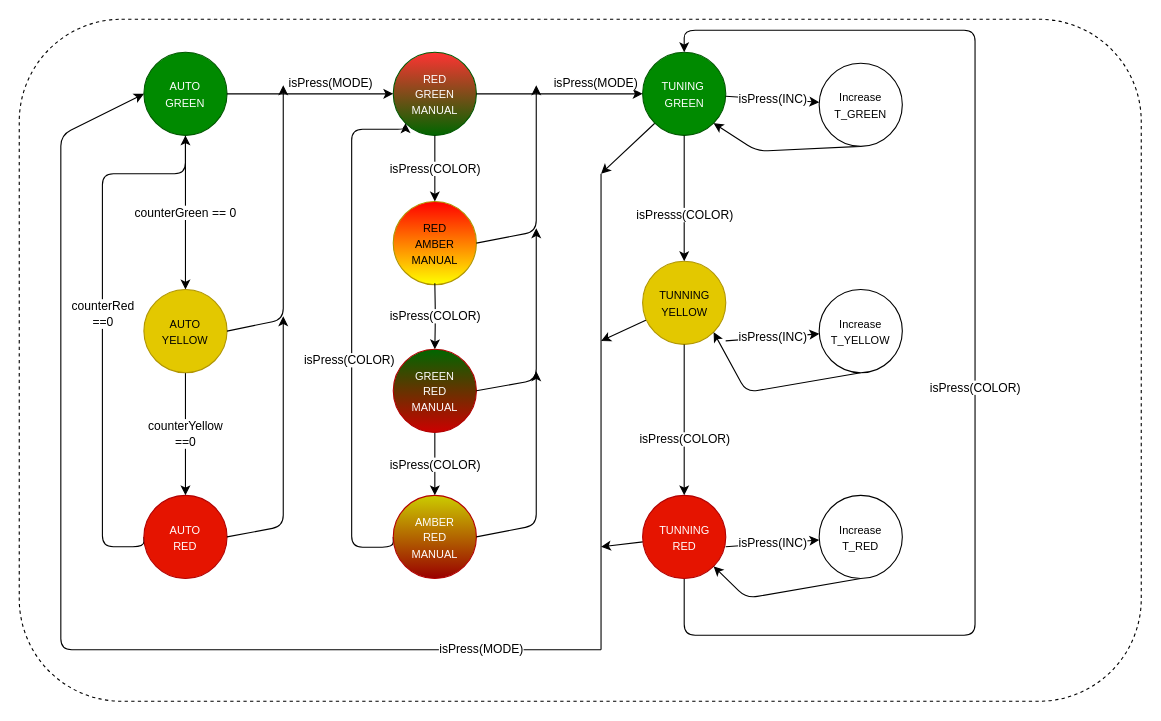
Earlier version of the draw.io diagram fsm.drawio (dang-khoa-2k4/MCU_MPU_Project). Source tidied: cells renumbered, new cells numbered last; positions are measured from the earlier drawing's top-left corner, leaving out a move shared by most shapes. Both pictures are drawn from the tidied source at 110%, with x=0, y=0 at pixel (19, 19).
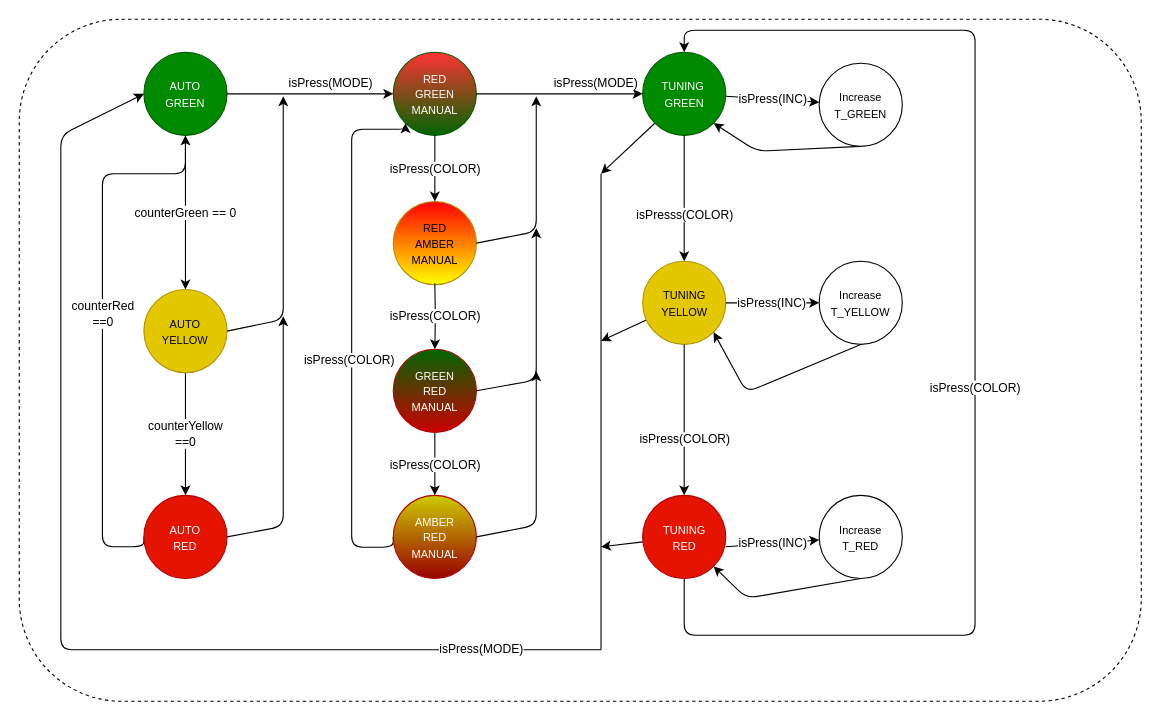
The same diagram, later.

The change refers to these unchanged cells:
```xml
<mxCell id="2" style="group;fillColor=none;gradientColor=none;" parent="1" vertex="1">
  <mxGeometry width="1020" height="620" as="geometry" />
</mxCell>
<mxCell id="9" value="&lt;span style=&quot;font-size: 10px;&quot;&gt;AUTO&lt;br&gt;YELLOW&lt;br&gt;&lt;/span&gt;" style="ellipse;whiteSpace=wrap;html=1;fillColor=#e3c800;strokeColor=#B09500;fontColor=#000000;" parent="2" vertex="1">
  <mxGeometry x="113.3" y="245.7" width="75.6" height="75.6" as="geometry" />
</mxCell>
<mxCell id="12" value="&lt;span style=&quot;font-size: 10px;&quot;&gt;RED&lt;br&gt;AMBER&lt;br&gt;MANUAL&lt;br&gt;&lt;/span&gt;" style="ellipse;whiteSpace=wrap;html=1;fillColor=#FF0000;strokeColor=#B09500;fontColor=#000000;gradientColor=#FFFF00;" parent="2" vertex="1">
  <mxGeometry x="340" y="165.7" width="75.6" height="75.6" as="geometry" />
</mxCell>
```

What changed in the source:
```diff
@@
-    <mxCell id="21" value="&lt;span style=&quot;font-size: 10px;&quot;&gt;TUNNING&lt;br&gt;YELLOW&lt;br&gt;&lt;/span&gt;" style="ellipse;whiteSpace=wrap;html=1;fillColor=#e3c800;strokeColor=#B09500;fontColor=#000000;" parent="2" vertex="1">
+    <mxCell id="21" value="&lt;span style=&quot;font-size: 10px;&quot;&gt;TUNING&lt;br&gt;YELLOW&lt;br&gt;&lt;/span&gt;" style="ellipse;whiteSpace=wrap;html=1;fillColor=#e3c800;strokeColor=#B09500;fontColor=#000000;" parent="2" vertex="1">
       <mxGeometry x="566.7" y="220" width="75.6" height="75.6" as="geometry" />
     </mxCell>
@@
-    <mxCell id="25" value="&lt;font style=&quot;font-size: 10px;&quot;&gt;TUNNING&lt;br&gt;RED&lt;br&gt;&lt;/font&gt;" style="ellipse;whiteSpace=wrap;html=1;fillColor=#e51400;strokeColor=#B20000;fontColor=#ffffff;" parent="2" vertex="1">
+    <mxCell id="25" value="&lt;font style=&quot;font-size: 10px;&quot;&gt;TUNING&lt;br&gt;RED&lt;br&gt;&lt;/font&gt;" style="ellipse;whiteSpace=wrap;html=1;fillColor=#e51400;strokeColor=#B20000;fontColor=#ffffff;" parent="2" vertex="1">
       <mxGeometry x="566.7" y="432.8" width="75.6" height="75.6" as="geometry" />
     </mxCell>
@@
-    <mxCell id="31" value="isPress(INC)" style="edgeStyle=none;html=1;" parent="2" edge="1" target="33">
-      <mxGeometry relative="1" as="geometry">
-        <mxPoint x="642.2" y="292.4" as="sourcePoint" />
-      </mxGeometry>
+    <mxCell id="31" value="isPress(INC)" style="edgeStyle=none;html=1;exitX=1;exitY=0.5;exitDx=0;exitDy=0;" parent="2" edge="1" source="21" target="33">
+      <mxGeometry relative="1" as="geometry" />
     </mxCell>
@@
     <mxCell id="33" value="&lt;span style=&quot;font-size: 10px;&quot;&gt;Increase&lt;br&gt;T_YELLOW&lt;br&gt;&lt;/span&gt;" style="ellipse;whiteSpace=wrap;html=1;" parent="2" vertex="1">
-      <mxGeometry x="727.2" y="245.7" width="75.6" height="75.6" as="geometry" />
+      <mxGeometry x="727.2" y="220" width="75.6" height="75.6" as="geometry" />
     </mxCell>
@@
     <mxCell id="40" style="edgeStyle=none;html=1;exitX=1;exitY=0.5;exitDx=0;exitDy=0;" parent="1" edge="1" source="9">
       <mxGeometry relative="1" as="geometry">
-        <mxPoint x="240" y="60" as="targetPoint" />
+        <mxPoint x="240" y="70" as="targetPoint" />
         <Array as="points">
           <mxPoint x="240" y="273" />
         </Array>
       </mxGeometry>
     </mxCell>
@@
     <mxCell id="42" style="edgeStyle=none;html=1;exitX=1;exitY=0.5;exitDx=0;exitDy=0;" parent="1" edge="1" source="12">
       <mxGeometry relative="1" as="geometry">
-        <mxPoint x="470" y="60" as="targetPoint" />
+        <mxPoint x="470" y="70" as="targetPoint" />
         <Array as="points">
           <mxPoint x="470" y="193" />
         </Array>
       </mxGeometry>
     </mxCell>
```
